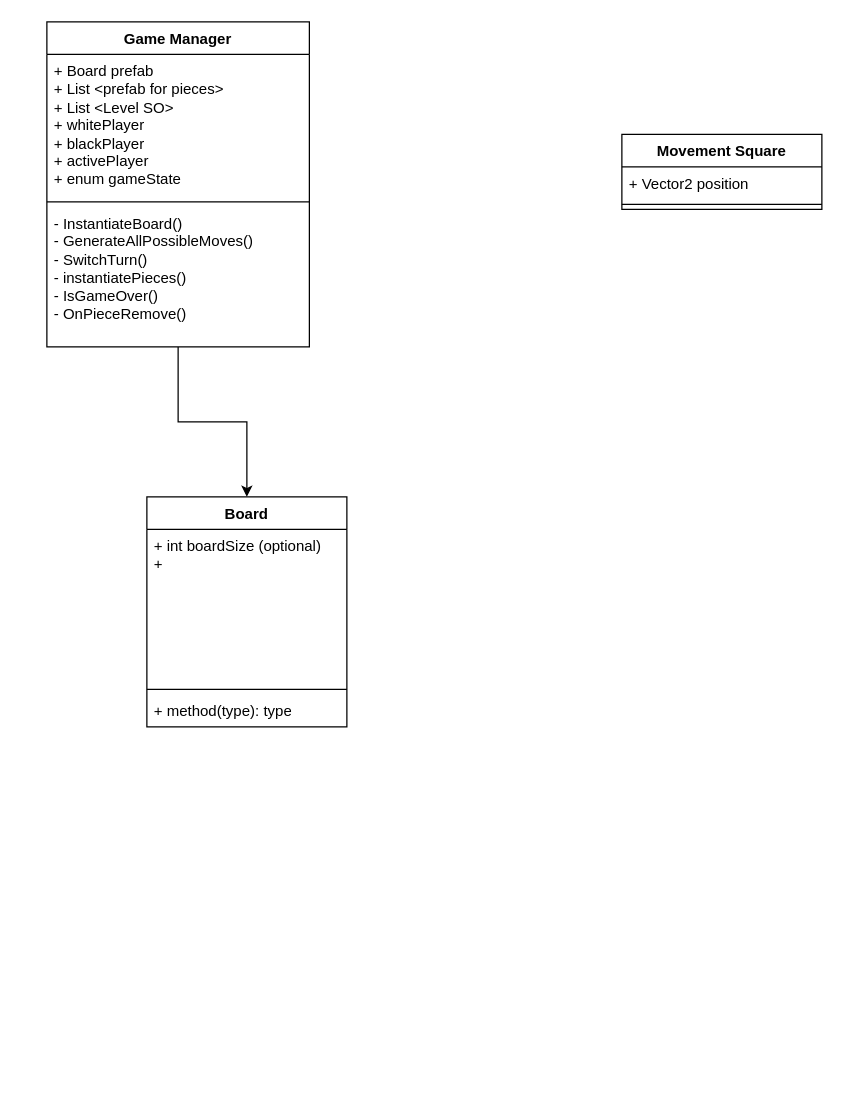
Earlier version of the draw.io diagram Gabool_draft_1.drawio (critschris/Gabool_Draft). Source tidied: cells renumbered, new cells numbered last; positions are measured from the earlier drawing's top-left corner, leaving out a move shared by most shapes. Both pictures are drawn from the tidied source at 125%, with x=0, y=0 at pixel (46, 21).
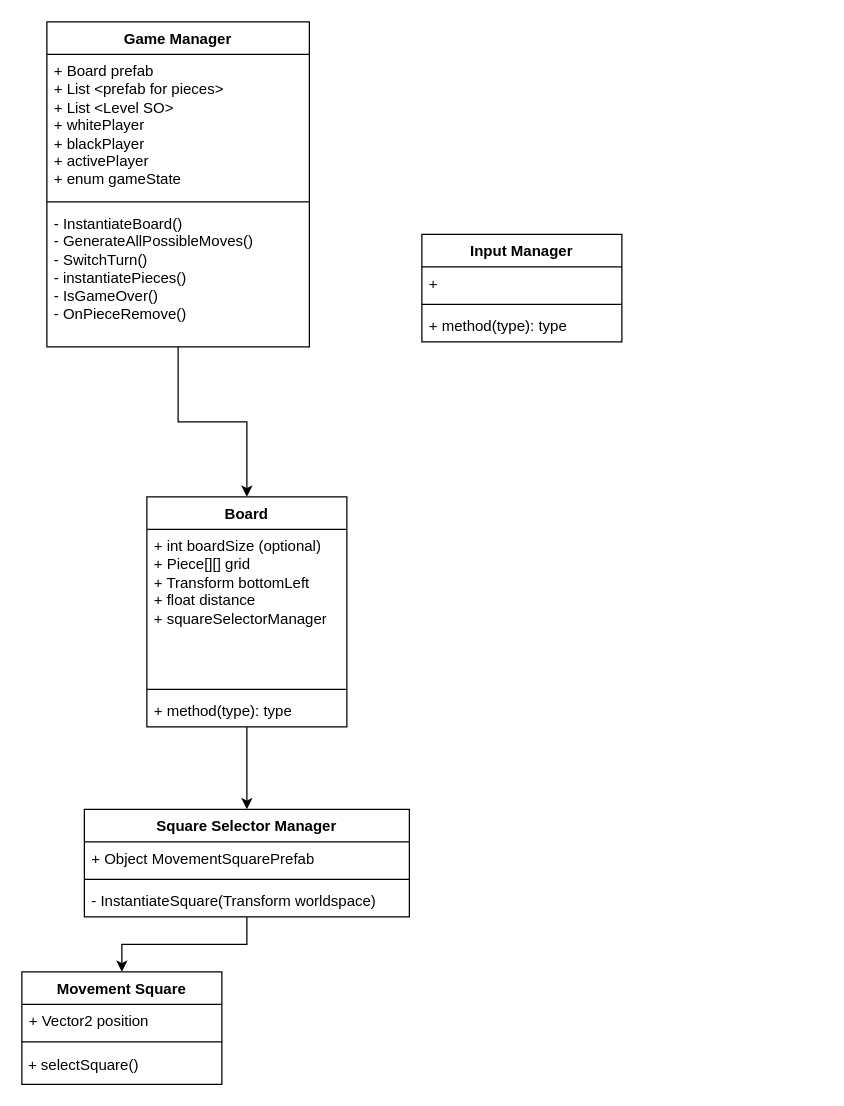
After the change.

The change refers to these unchanged cells:
```xml
<mxCell id="10" value="Board" style="swimlane;fontStyle=1;align=center;verticalAlign=top;horizontal=1;startSize=26;whiteSpace=wrap;html=1;" parent="1" vertex="1">
  <mxGeometry x="80" y="380" width="160" height="184" as="geometry" />
</mxCell>
```

The edit, as a diff of the source:
```diff
@@
     <mxCell id="7" value="Movement Square" style="swimlane;fontStyle=1;align=center;verticalAlign=top;horizontal=1;startSize=26;whiteSpace=wrap;html=1;" parent="1" vertex="1">
-      <mxGeometry x="460" y="90" width="160" height="60" as="geometry" />
+      <mxGeometry x="-20" y="760" width="160" height="90" as="geometry" />
     </mxCell>
@@
+    <mxCell id="14" value="&amp;nbsp;+ selectSquare()" style="text;html=1;align=left;verticalAlign=middle;strokeColor=none;fillColor=none;" parent="7" vertex="1">
+      <mxGeometry y="60" width="160" height="30" as="geometry" />
+    </mxCell>
+    <mxCell id="15" style="edgeStyle=orthogonalEdgeStyle;rounded=0;jettySize=auto;html=1;entryX=0.5;entryY=0;entryDx=0;entryDy=0;" parent="1" edge="1" source="10" target="17">
+      <mxGeometry relative="1" as="geometry" />
+    </mxCell>
@@
-    <mxCell id="11" value="+ int boardSize (optional)&lt;div&gt;+&lt;/div&gt;" style="text;strokeColor=none;fillColor=none;align=left;verticalAlign=top;spacingLeft=4;spacingRight=4;overflow=hidden;whiteSpace=wrap;html=1;" parent="10" vertex="1">
+    <mxCell id="11" value="+ int boardSize (optional)&lt;div&gt;+ Piece[][] grid&lt;/div&gt;&lt;div&gt;+ Transform bottomLeft&lt;/div&gt;&lt;div&gt;+ float distance&lt;/div&gt;&lt;div&gt;+ squareSelectorManager&lt;/div&gt;&lt;div&gt;&lt;br&gt;&lt;/div&gt;" style="text;strokeColor=none;fillColor=none;align=left;verticalAlign=top;spacingLeft=4;spacingRight=4;overflow=hidden;whiteSpace=wrap;html=1;" parent="10" vertex="1">
       <mxGeometry y="26" width="160" height="124" as="geometry" />
     </mxCell>
@@
+    <mxCell id="16" style="edgeStyle=orthogonalEdgeStyle;rounded=0;jettySize=auto;html=1;entryX=0.5;entryY=0;entryDx=0;entryDy=0;" parent="1" edge="1" source="17" target="7">
+      <mxGeometry relative="1" as="geometry" />
+    </mxCell>
+    <mxCell id="17" value="Square Selector Manager" style="swimlane;fontStyle=1;align=center;verticalAlign=top;horizontal=1;startSize=26;whiteSpace=wrap;html=1;" parent="1" vertex="1">
+      <mxGeometry x="30" y="630" width="260" height="86" as="geometry" />
+    </mxCell>
+    <mxCell id="18" value="+ Object MovementSquarePrefab" style="text;strokeColor=none;fillColor=none;align=left;verticalAlign=top;spacingLeft=4;spacingRight=4;overflow=hidden;whiteSpace=wrap;html=1;" parent="17" vertex="1">
+      <mxGeometry y="26" width="260" height="26" as="geometry" />
+    </mxCell>
+    <mxCell id="19" style="line;strokeWidth=1;fillColor=none;align=left;verticalAlign=middle;spacingTop=-1;spacingLeft=3;spacingRight=3;labelPosition=right;strokeColor=inherit;" parent="17" vertex="1">
+      <mxGeometry y="52" width="260" height="8" as="geometry" />
+    </mxCell>
+    <mxCell id="20" value="- InstantiateSquare(Transform worldspace)" style="text;strokeColor=none;fillColor=none;align=left;verticalAlign=top;spacingLeft=4;spacingRight=4;overflow=hidden;whiteSpace=wrap;html=1;" parent="17" vertex="1">
+      <mxGeometry y="60" width="260" height="26" as="geometry" />
+    </mxCell>
+    <mxCell id="21" value="Input Manager" style="swimlane;fontStyle=1;align=center;verticalAlign=top;horizontal=1;startSize=26;whiteSpace=wrap;html=1;" parent="1" vertex="1">
+      <mxGeometry x="300" y="170" width="160" height="86" as="geometry" />
+    </mxCell>
+    <mxCell id="22" value="+&amp;nbsp;" style="text;strokeColor=none;fillColor=none;align=left;verticalAlign=top;spacingLeft=4;spacingRight=4;overflow=hidden;whiteSpace=wrap;html=1;" parent="21" vertex="1">
+      <mxGeometry y="26" width="160" height="26" as="geometry" />
+    </mxCell>
+    <mxCell id="23" style="line;strokeWidth=1;fillColor=none;align=left;verticalAlign=middle;spacingTop=-1;spacingLeft=3;spacingRight=3;labelPosition=right;strokeColor=inherit;" parent="21" vertex="1">
+      <mxGeometry y="52" width="160" height="8" as="geometry" />
+    </mxCell>
+    <mxCell id="24" value="+ method(type): type" style="text;strokeColor=none;fillColor=none;align=left;verticalAlign=top;spacingLeft=4;spacingRight=4;overflow=hidden;whiteSpace=wrap;html=1;" parent="21" vertex="1">
+      <mxGeometry y="60" width="160" height="26" as="geometry" />
+    </mxCell>
```
